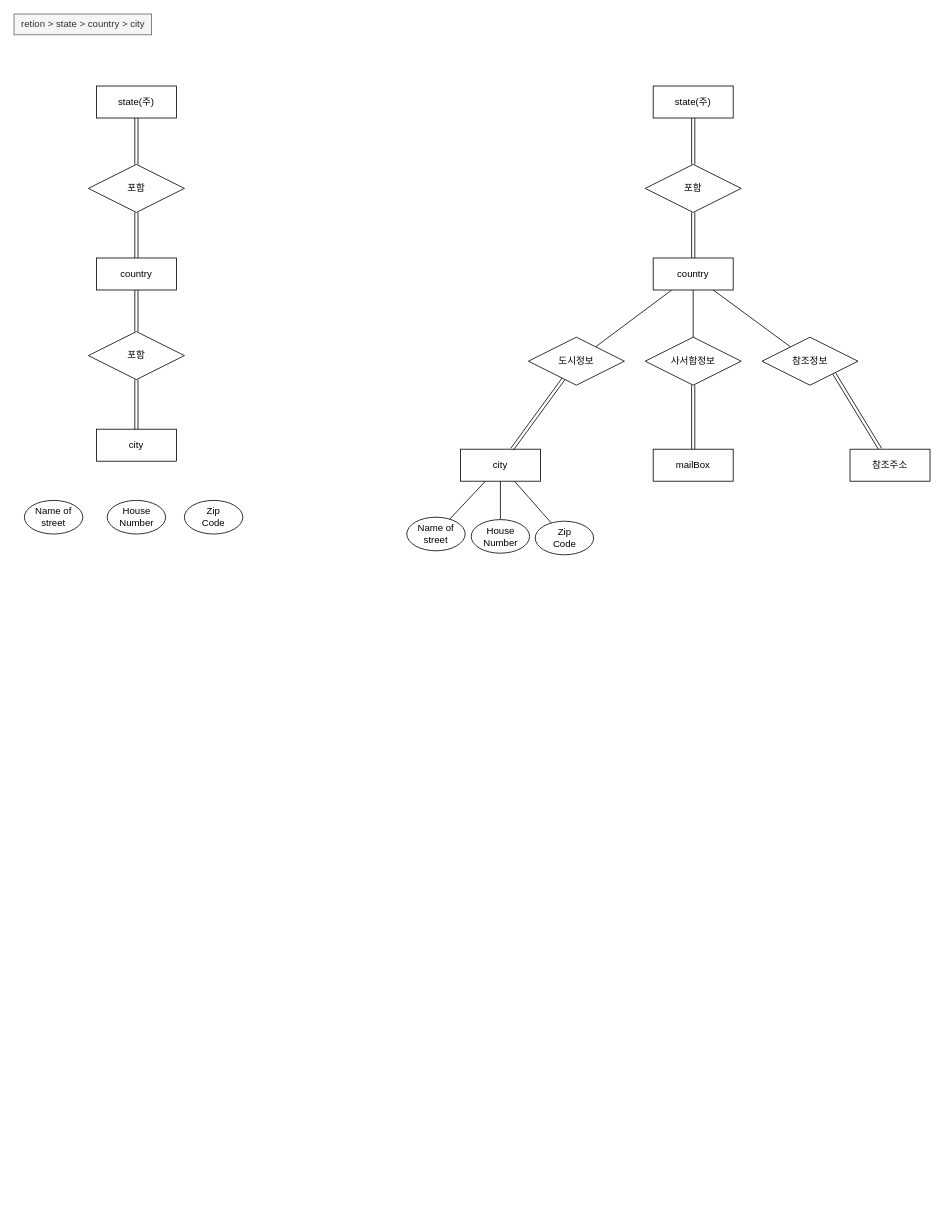
Earlier version of the draw.io diagram DBStudio/DBStudio_Ass8_InterAddress.drawio (cobinding/draw.io_collection). Source tidied: cells renumbered, new cells numbered last; positions are measured from the earlier drawing's top-left corner, leaving out a move shared by most shapes. Both pictures are drawn from the tidied source at 80%, with x=0, y=0 at pixel (14, 14).
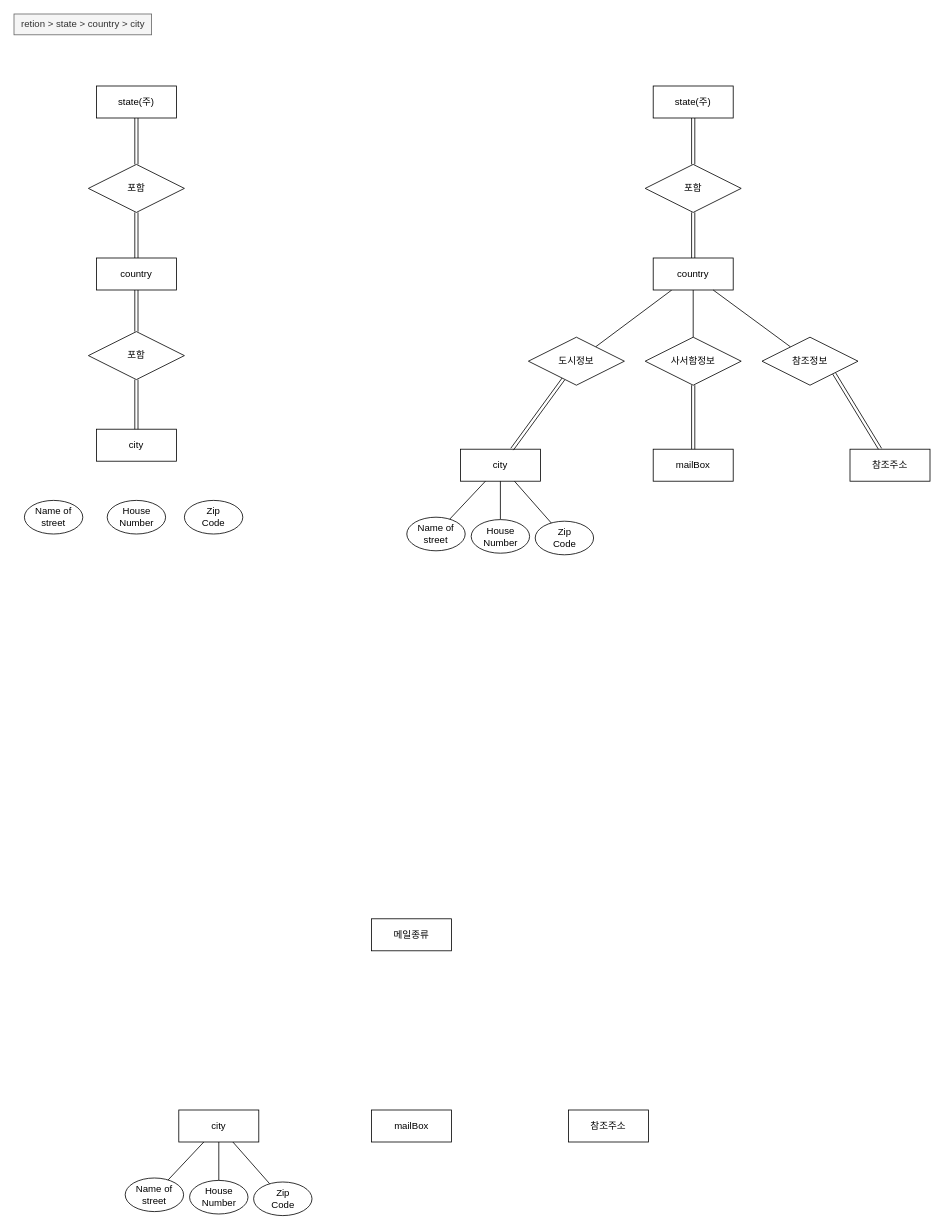
After the change.

Diff of the diagram source:
```diff
@@
+    <mxCell id="38" value="메일종류" style="whiteSpace=wrap;html=1;align=center;" parent="1" vertex="1">
+      <mxGeometry x="447" y="1131" width="100" height="40" as="geometry" />
+    </mxCell>
+    <mxCell id="39" value="city" style="whiteSpace=wrap;html=1;align=center;" parent="1" vertex="1">
+      <mxGeometry x="206" y="1370" width="100" height="40" as="geometry" />
+    </mxCell>
+    <mxCell id="40" style="rounded=0;jettySize=auto;html=1;endArrow=none;endFill=0;" parent="1" edge="1" source="41" target="39">
+      <mxGeometry relative="1" as="geometry" />
+    </mxCell>
+    <mxCell id="41" value="Name of&lt;div&gt;street&lt;/div&gt;" style="ellipse;whiteSpace=wrap;html=1;align=center;" parent="1" vertex="1">
+      <mxGeometry x="139" y="1455" width="73" height="42" as="geometry" />
+    </mxCell>
+    <mxCell id="42" style="rounded=0;jettySize=auto;html=1;endArrow=none;endFill=0;" parent="1" edge="1" source="43" target="39">
+      <mxGeometry relative="1" as="geometry" />
+    </mxCell>
+    <mxCell id="43" value="House&lt;div&gt;Number&lt;/div&gt;" style="ellipse;whiteSpace=wrap;html=1;align=center;" parent="1" vertex="1">
+      <mxGeometry x="219.5" y="1458" width="73" height="42" as="geometry" />
+    </mxCell>
+    <mxCell id="44" style="rounded=0;jettySize=auto;html=1;endArrow=none;endFill=0;" parent="1" edge="1" source="45" target="39">
+      <mxGeometry relative="1" as="geometry" />
+    </mxCell>
+    <mxCell id="45" value="Zip&lt;div&gt;Code&lt;/div&gt;" style="ellipse;whiteSpace=wrap;html=1;align=center;" parent="1" vertex="1">
+      <mxGeometry x="299.5" y="1460" width="73" height="42" as="geometry" />
+    </mxCell>
+    <mxCell id="46" value="mailBox" style="whiteSpace=wrap;html=1;align=center;" parent="1" vertex="1">
+      <mxGeometry x="447" y="1370" width="100" height="40" as="geometry" />
+    </mxCell>
+    <mxCell id="47" value="참조주소" style="whiteSpace=wrap;html=1;align=center;" parent="1" vertex="1">
+      <mxGeometry x="693" y="1370" width="100" height="40" as="geometry" />
+    </mxCell>
```
